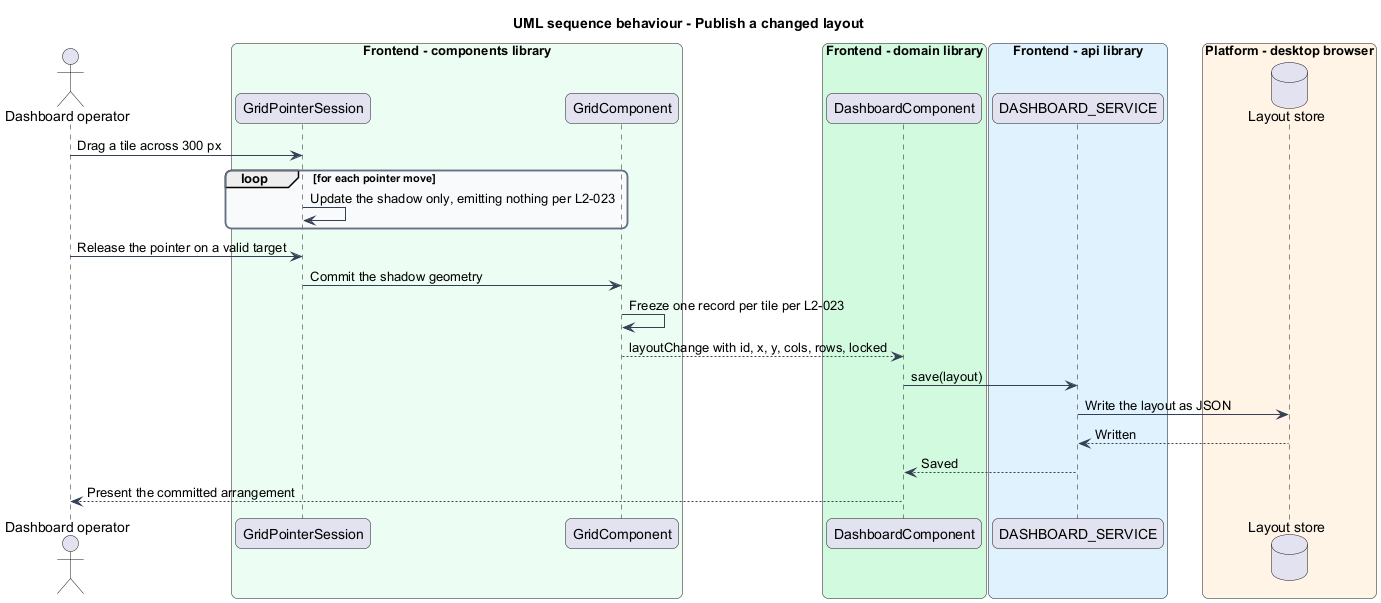
The PlantUML diagram docs/detailed-designs/grid-layout/publish-and-restore-layout/diagrams/sequence-publish.png in QuinntyneBrown/qbc-grid, before a commit.
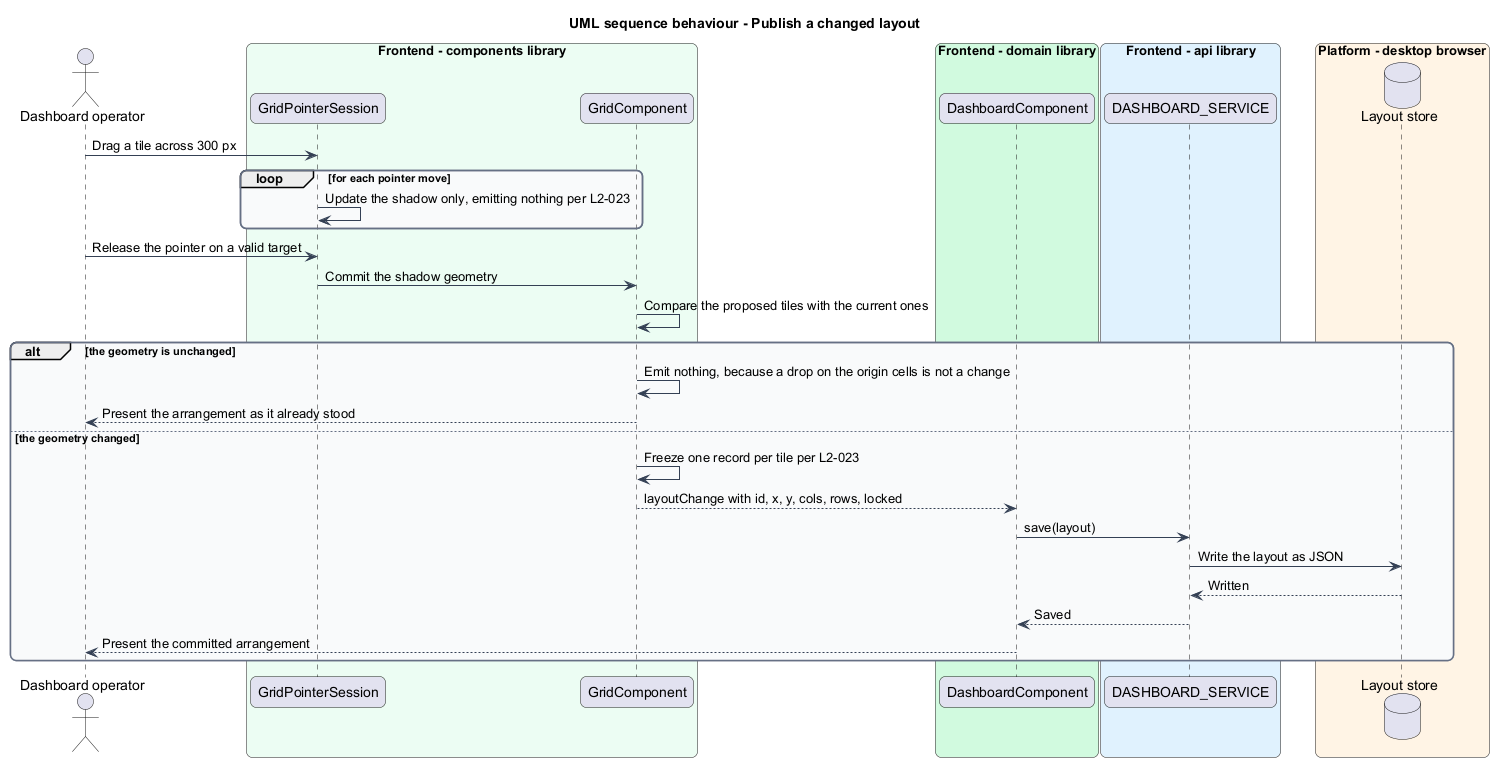
After the change.

Diff of the diagram source:
```diff
@@ -35,11 +35,17 @@
 end
 actor -> session : Release the pointer on a valid target
 session -> grid : Commit the shadow geometry
-grid -> grid : Freeze one record per tile per L2-023
-grid --> dashboard : layoutChange with id, x, y, cols, rows, locked
-dashboard -> service : save(layout)
-service -> store : Write the layout as JSON
-store --> service : Written
-service --> dashboard : Saved
-dashboard --> actor : Present the committed arrangement
+grid -> grid : Compare the proposed tiles with the current ones
+alt the geometry is unchanged
+  grid -> grid : Emit nothing, because a drop on the origin cells is not a change
+  grid --> actor : Present the arrangement as it already stood
+else the geometry changed
+  grid -> grid : Freeze one record per tile per L2-023
+  grid --> dashboard : layoutChange with id, x, y, cols, rows, locked
+  dashboard -> service : save(layout)
+  service -> store : Write the layout as JSON
+  store --> service : Written
+  service --> dashboard : Saved
+  dashboard --> actor : Present the committed arrangement
+end
 @enduml
```
